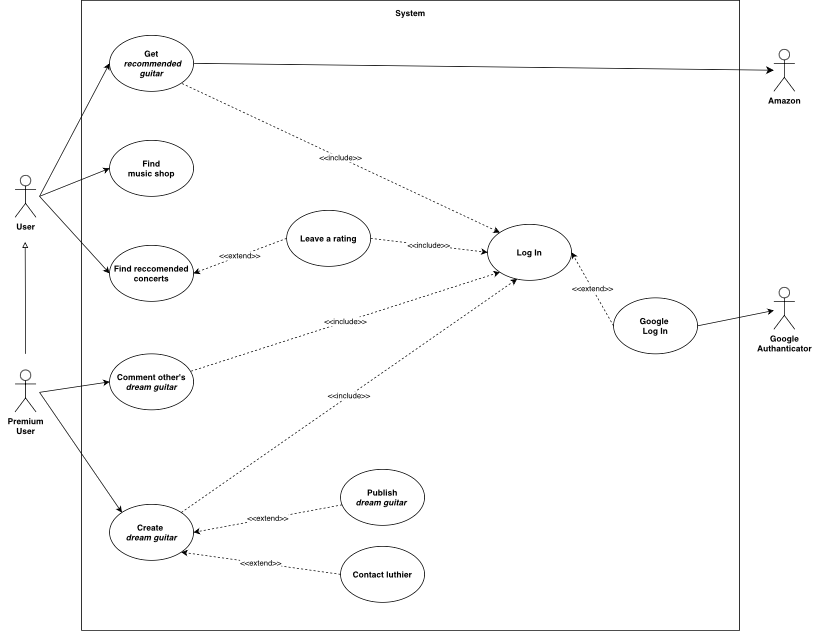
Earlier version of the draw.io export diagrams/Progetto.drawio .png (TizianoLilli/ISPW-Project). Source tidied: cells renumbered, new cells last; positions are measured from the earlier drawing's top-left corner, leaving out a move shared by most shapes.
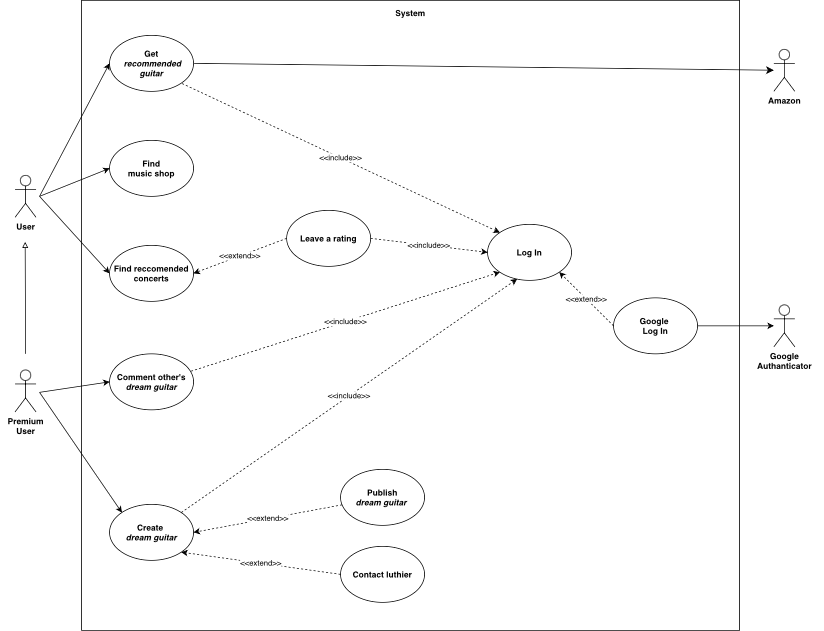
Later version of the same file.

Change to the diagram source:
```diff
@@ -48,7 +48,7 @@
       </mxGeometry>
     </mxCell>
     <mxCell id="15" value="&lt;b&gt;Google&lt;/b&gt;&lt;div&gt;&lt;b&gt;Authanticator&lt;/b&gt;&lt;/div&gt;&lt;div&gt;&lt;br&gt;&lt;/div&gt;" style="shape=umlActor;verticalLabelPosition=bottom;verticalAlign=top;html=1;outlineConnect=0;" parent="1" vertex="1">
-      <mxGeometry x="1084" y="410" width="30" height="60" as="geometry" />
+      <mxGeometry x="1084" y="435" width="30" height="60" as="geometry" />
     </mxCell>
     <mxCell id="16" style="endArrow=classic;html=1;rounded=0;exitX=1;exitY=0.5;exitDx=0;exitDy=0;" parent="1" edge="1" source="31" target="15">
       <mxGeometry relative="1" as="geometry" />
@@ -105,7 +105,7 @@
     <mxCell id="31" value="&lt;b&gt;Google&amp;nbsp;&lt;/b&gt;&lt;div&gt;&lt;b&gt;Log In&lt;/b&gt;&lt;/div&gt;" style="ellipse;whiteSpace=wrap;html=1;" parent="1" vertex="1">
       <mxGeometry x="855" y="425" width="120" height="80" as="geometry" />
     </mxCell>
-    <mxCell id="32" value="&amp;lt;&amp;lt;extend&amp;gt;&amp;gt;" style="endArrow=classic;html=1;rounded=0;exitX=0;exitY=0.5;exitDx=0;exitDy=0;entryX=1;entryY=0.5;entryDx=0;entryDy=0;dashed=1;" parent="1" edge="1" source="31" target="5">
+    <mxCell id="32" value="&amp;lt;&amp;lt;extend&amp;gt;&amp;gt;" style="endArrow=classic;html=1;rounded=0;exitX=0;exitY=0.5;exitDx=0;exitDy=0;entryX=1;entryY=1;entryDx=0;entryDy=0;dashed=1;" parent="1" edge="1" source="31" target="5">
       <mxGeometry relative="1" as="geometry" />
     </mxCell>
     <mxCell id="33" value="&lt;b&gt;Amazon&lt;/b&gt;" style="shape=umlActor;verticalLabelPosition=bottom;verticalAlign=top;html=1;outlineConnect=0;" parent="1" vertex="1">
```
